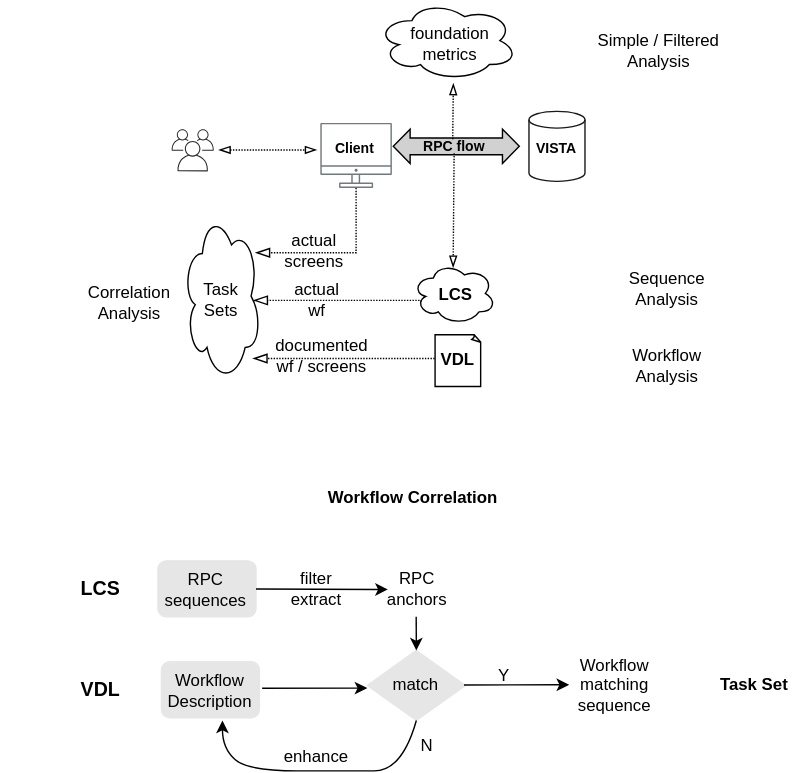
The draw.io diagram vaa-analyses.svg in cloudvista/vaa, before a commit. Source tidied: cells renumbered, new cells last; positions are measured from the earlier drawing's top-left corner, leaving out a move shared by most shapes.
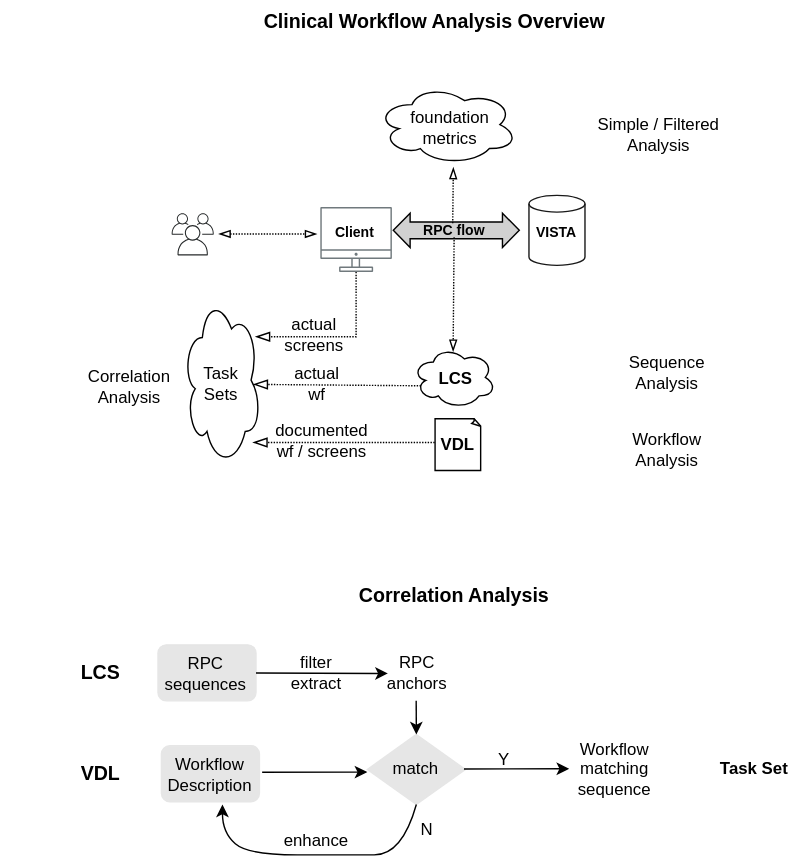
The same diagram one commit later.

The edit, as a diff of the source:
```diff
@@ -152,8 +152,8 @@
     <mxCell id="41" value="N" style="text;strokeColor=none;align=center;fillColor=none;html=1;verticalAlign=middle;whiteSpace=wrap;rounded=0;" parent="1" vertex="1">
       <mxGeometry x="282.6" y="521.1" width="43" height="20.9" as="geometry" />
     </mxCell>
-    <mxCell id="42" value="&lt;b&gt;Workflow Correlation&lt;/b&gt;" style="text;strokeColor=none;align=center;fillColor=none;html=1;verticalAlign=middle;whiteSpace=wrap;rounded=0;" parent="1" vertex="1">
-      <mxGeometry x="228.2" y="340" width="132.9" height="29.1" as="geometry" />
+    <mxCell id="42" value="&lt;b&gt;&lt;font style=&quot;font-size: 14px;&quot;&gt;Correlation Analysis&lt;/font&gt;&lt;/b&gt;" style="text;strokeColor=none;align=center;fillColor=none;html=1;verticalAlign=middle;whiteSpace=wrap;rounded=0;" parent="1" vertex="1">
+      <mxGeometry x="228.2" y="350" width="191.8" height="29.1" as="geometry" />
     </mxCell>
     <mxCell id="43" value="&lt;b&gt;Task Set&lt;/b&gt;" style="text;strokeColor=none;align=left;fillColor=none;html=1;verticalAlign=middle;whiteSpace=wrap;rounded=0;" parent="1" vertex="1">
       <mxGeometry x="512" y="478.6" width="60.3" height="20.9" as="geometry" />
@@ -197,5 +197,8 @@
     <mxCell id="52" value="actual &lt;br&gt;wf" style="text;strokeColor=none;align=center;fillColor=none;html=1;verticalAlign=middle;whiteSpace=wrap;rounded=0;" parent="1" vertex="1">
       <mxGeometry x="189.1" y="203.5" width="74.4" height="21" as="geometry" />
     </mxCell>
+    <mxCell id="53" value="&lt;b&gt;&lt;font style=&quot;font-size: 14px;&quot;&gt;Clinical Workflow Analysis Overview&lt;/font&gt;&lt;/b&gt;" style="text;strokeColor=none;align=center;fillColor=none;html=1;verticalAlign=middle;whiteSpace=wrap;rounded=0;" parent="1" vertex="1">
+      <mxGeometry x="182.2" y="-60" width="255.9" height="29.1" as="geometry" />
+    </mxCell>
   </root>
 </mxGraphModel>
```
